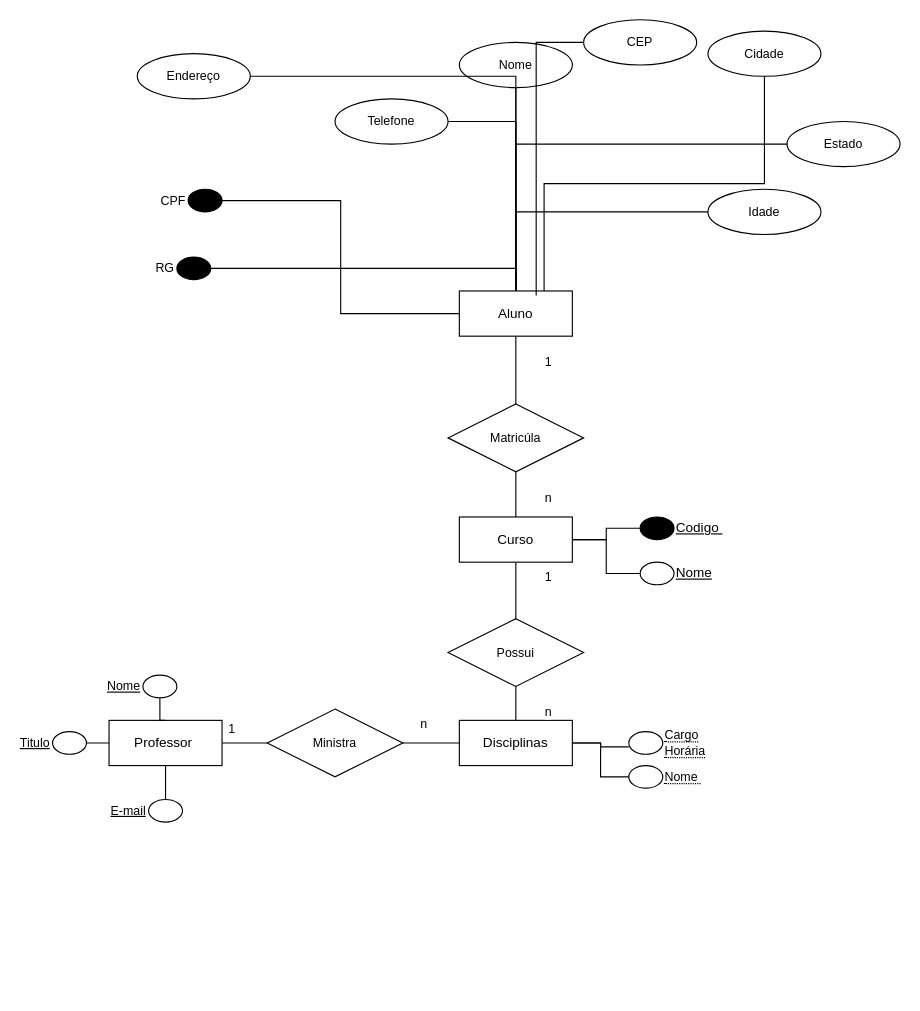
Earlier version of the draw.io diagram Diagrama sem nome.drawio (adiantaduh/bd1). Source tidied: cells renumbered, new cells numbered last; positions are measured from the earlier drawing's top-left corner, leaving out a move shared by most shapes. Both pictures are drawn from the tidied source at 113%, with x=0, y=0 at pixel (52, 19).
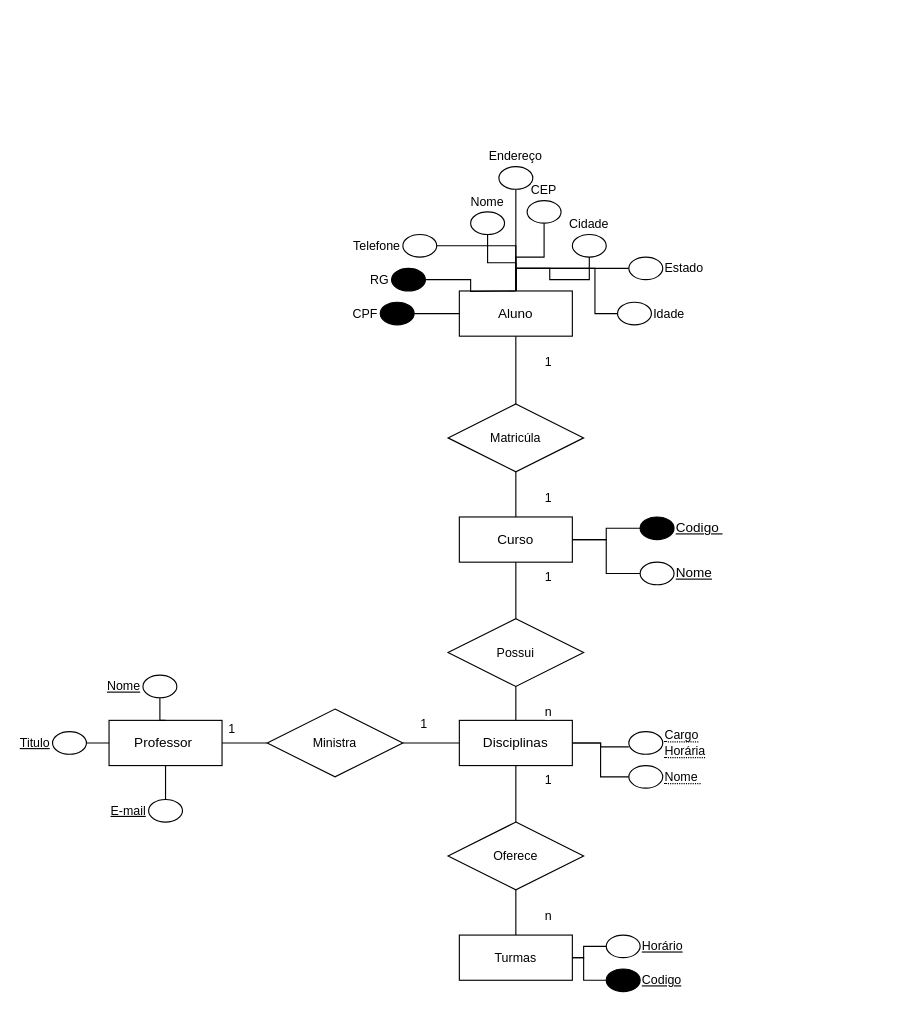
After the change.

The change refers to these unchanged cells:
```xml
<mxCell id="3" value="Aluno" style="whiteSpace=wrap;html=1;align=center;labelBackgroundColor=none;" parent="1" vertex="1">
  <mxGeometry x="360" y="240" width="100" height="40" as="geometry" />
</mxCell>
<mxCell id="9" value="Disciplinas" style="whiteSpace=wrap;html=1;align=center;" parent="1" vertex="1">
  <mxGeometry x="360" y="620" width="100" height="40" as="geometry" />
</mxCell>
```

The edit, as a diff of the source:
```diff
@@
+    <mxCell id="52" style="edgeStyle=orthogonalEdgeStyle;shape=connector;rounded=0;jettySize=auto;html=1;strokeColor=default;align=center;verticalAlign=middle;fontFamily=Helvetica;fontSize=11;fontColor=default;labelBackgroundColor=default;endArrow=none;endFill=0;" parent="1" edge="1" source="9" target="55">
+      <mxGeometry relative="1" as="geometry" />
+    </mxCell>
@@
-    <mxCell id="26" value="Nome" style="ellipse;whiteSpace=wrap;html=1;align=center;fontFamily=Helvetica;fontSize=11;fontColor=default;labelBackgroundColor=default;" parent="1" vertex="1">
-      <mxGeometry x="360" y="20" width="100" height="40" as="geometry" />
+    <mxCell id="26" value="Nome" style="ellipse;whiteSpace=wrap;html=1;align=center;fontFamily=Helvetica;fontSize=11;fontColor=default;labelBackgroundColor=default;labelPosition=center;verticalLabelPosition=top;verticalAlign=bottom;" parent="1" vertex="1">
+      <mxGeometry x="370" y="170" width="30" height="20" as="geometry" />
     </mxCell>
@@
-    <mxCell id="28" value="Idade" style="ellipse;whiteSpace=wrap;html=1;align=center;fontFamily=Helvetica;fontSize=11;fontColor=default;labelBackgroundColor=default;" parent="1" vertex="1">
-      <mxGeometry x="580" y="150" width="100" height="40" as="geometry" />
+    <mxCell id="28" value="Idade" style="ellipse;whiteSpace=wrap;html=1;align=left;fontFamily=Helvetica;fontSize=11;fontColor=default;labelBackgroundColor=default;labelPosition=right;verticalLabelPosition=middle;verticalAlign=middle;" parent="1" vertex="1">
+      <mxGeometry x="500" y="250" width="30" height="20" as="geometry" />
     </mxCell>
@@
     <mxCell id="30" value="CPF" style="ellipse;whiteSpace=wrap;html=1;align=right;fontFamily=Helvetica;fontSize=11;fontColor=default;labelBackgroundColor=default;labelPosition=left;verticalLabelPosition=middle;verticalAlign=middle;fillColor=#000000;" parent="1" vertex="1">
-      <mxGeometry x="120" y="150" width="30" height="20" as="geometry" />
+      <mxGeometry x="290" y="250" width="30" height="20" as="geometry" />
     </mxCell>
@@
-    <mxCell id="32" value="Estado" style="ellipse;whiteSpace=wrap;html=1;align=center;fontFamily=Helvetica;fontSize=11;fontColor=default;labelBackgroundColor=default;" parent="1" vertex="1">
-      <mxGeometry x="650" y="90" width="100" height="40" as="geometry" />
+    <mxCell id="32" value="Estado" style="ellipse;whiteSpace=wrap;html=1;align=left;fontFamily=Helvetica;fontSize=11;fontColor=default;labelBackgroundColor=default;labelPosition=right;verticalLabelPosition=middle;verticalAlign=middle;" parent="1" vertex="1">
+      <mxGeometry x="510" y="210" width="30" height="20" as="geometry" />
     </mxCell>
@@
     <mxCell id="34" value="RG" style="ellipse;whiteSpace=wrap;html=1;align=right;fontFamily=Helvetica;fontSize=11;fontColor=default;labelBackgroundColor=default;labelPosition=left;verticalLabelPosition=middle;verticalAlign=middle;labelBorderColor=none;textShadow=0;fillColor=#000000;" parent="1" vertex="1">
-      <mxGeometry x="110" y="210" width="30" height="20" as="geometry" />
+      <mxGeometry x="300" y="220" width="30" height="20" as="geometry" />
     </mxCell>
@@
-    <mxCell id="36" value="Telefone" style="ellipse;whiteSpace=wrap;html=1;align=center;fontFamily=Helvetica;fontSize=11;fontColor=default;labelBackgroundColor=default;" parent="1" vertex="1">
-      <mxGeometry x="250" y="70" width="100" height="40" as="geometry" />
+    <mxCell id="36" value="Telefone" style="ellipse;whiteSpace=wrap;html=1;align=right;fontFamily=Helvetica;fontSize=11;fontColor=default;labelBackgroundColor=default;labelPosition=left;verticalLabelPosition=middle;verticalAlign=middle;" parent="1" vertex="1">
+      <mxGeometry x="310" y="190" width="30" height="20" as="geometry" />
     </mxCell>
@@
-    <mxCell id="38" value="Endereço" style="ellipse;whiteSpace=wrap;html=1;align=center;fontFamily=Helvetica;fontSize=11;fontColor=default;labelBackgroundColor=default;" parent="1" vertex="1">
-      <mxGeometry x="75" y="30" width="100" height="40" as="geometry" />
+    <mxCell id="38" value="Endereço" style="ellipse;whiteSpace=wrap;html=1;align=center;fontFamily=Helvetica;fontSize=11;fontColor=default;labelBackgroundColor=default;labelPosition=center;verticalLabelPosition=top;verticalAlign=bottom;" parent="1" vertex="1">
+      <mxGeometry x="395" y="130" width="30" height="20" as="geometry" />
     </mxCell>
+    <mxCell id="42" style="edgeStyle=orthogonalEdgeStyle;shape=connector;rounded=0;jettySize=auto;html=1;entryX=0.5;entryY=0;entryDx=0;entryDy=0;strokeColor=default;align=center;verticalAlign=middle;fontFamily=Helvetica;fontSize=11;fontColor=default;labelBackgroundColor=default;endArrow=none;endFill=0;" parent="1" edge="1" source="39" target="3">
+      <mxGeometry relative="1" as="geometry" />
+    </mxCell>
-    <mxCell id="39" value="CEP" style="ellipse;whiteSpace=wrap;html=1;align=center;fontFamily=Helvetica;fontSize=11;fontColor=default;labelBackgroundColor=default;" parent="1" vertex="1">
-      <mxGeometry x="470" width="100" height="40" as="geometry" />
+    <mxCell id="39" value="CEP" style="ellipse;whiteSpace=wrap;html=1;align=center;fontFamily=Helvetica;fontSize=11;fontColor=default;labelBackgroundColor=default;labelPosition=center;verticalLabelPosition=top;verticalAlign=bottom;" parent="1" vertex="1">
+      <mxGeometry x="420" y="160" width="30" height="20" as="geometry" />
     </mxCell>
-    <mxCell id="40" style="edgeStyle=orthogonalEdgeStyle;shape=connector;rounded=0;jettySize=auto;html=1;exitX=0.5;exitY=1;exitDx=0;exitDy=0;entryX=0.75;entryY=0;entryDx=0;entryDy=0;strokeColor=default;align=center;verticalAlign=middle;fontFamily=Helvetica;fontSize=11;fontColor=default;labelBackgroundColor=default;endArrow=none;endFill=0;" parent="1" edge="1" source="41" target="3">
+    <mxCell id="40" style="edgeStyle=orthogonalEdgeStyle;shape=connector;rounded=0;jettySize=auto;html=1;entryX=0.5;entryY=0;entryDx=0;entryDy=0;strokeColor=default;align=center;verticalAlign=middle;fontFamily=Helvetica;fontSize=11;fontColor=default;labelBackgroundColor=default;endArrow=none;endFill=0;" parent="1" edge="1" source="41" target="3">
       <mxGeometry relative="1" as="geometry" />
     </mxCell>
-    <mxCell id="41" value="Cidade" style="ellipse;whiteSpace=wrap;html=1;align=center;fontFamily=Helvetica;fontSize=11;fontColor=default;labelBackgroundColor=default;" parent="1" vertex="1">
-      <mxGeometry x="580" y="10" width="100" height="40" as="geometry" />
+    <mxCell id="41" value="Cidade" style="ellipse;whiteSpace=wrap;html=1;align=center;fontFamily=Helvetica;fontSize=11;fontColor=default;labelBackgroundColor=default;labelPosition=center;verticalLabelPosition=top;verticalAlign=bottom;" parent="1" vertex="1">
+      <mxGeometry x="460" y="190" width="30" height="20" as="geometry" />
     </mxCell>
-    <mxCell id="42" style="edgeStyle=orthogonalEdgeStyle;shape=connector;rounded=0;jettySize=auto;html=1;entryX=0.68;entryY=0.1;entryDx=0;entryDy=0;entryPerimeter=0;strokeColor=default;align=center;verticalAlign=middle;fontFamily=Helvetica;fontSize=11;fontColor=default;labelBackgroundColor=default;endArrow=none;endFill=0;" parent="1" edge="1" source="39" target="3">
-      <mxGeometry relative="1" as="geometry" />
-    </mxCell>
@@
-    <mxCell id="47" value="n" style="text;strokeColor=none;fillColor=none;spacingLeft=4;spacingRight=4;overflow=hidden;fontSize=11;whiteSpace=wrap;html=1;fontFamily=Helvetica;fontColor=default;labelBackgroundColor=default;" parent="1" vertex="1">
+    <mxCell id="47" value="1" style="text;strokeColor=none;fillColor=none;spacingLeft=4;spacingRight=4;overflow=hidden;fontSize=11;whiteSpace=wrap;html=1;fontFamily=Helvetica;fontColor=default;labelBackgroundColor=default;" parent="1" vertex="1">
       <mxGeometry x="320" y="610" width="40" height="30" as="geometry" />
     </mxCell>
@@
-    <mxCell id="51" value="n" style="text;strokeColor=none;fillColor=none;spacingLeft=4;spacingRight=4;overflow=hidden;fontSize=11;whiteSpace=wrap;html=1;fontFamily=Helvetica;fontColor=default;labelBackgroundColor=default;" parent="1" vertex="1">
+    <mxCell id="51" value="1" style="text;strokeColor=none;fillColor=none;spacingLeft=4;spacingRight=4;overflow=hidden;fontSize=11;whiteSpace=wrap;html=1;fontFamily=Helvetica;fontColor=default;labelBackgroundColor=default;" parent="1" vertex="1">
       <mxGeometry x="430" y="410" width="40" height="30" as="geometry" />
     </mxCell>
+    <mxCell id="53" value="Turmas" style="whiteSpace=wrap;html=1;align=center;fontFamily=Helvetica;fontSize=11;fontColor=default;labelBackgroundColor=default;" parent="1" vertex="1">
+      <mxGeometry x="360" y="810" width="100" height="40" as="geometry" />
+    </mxCell>
+    <mxCell id="54" style="edgeStyle=orthogonalEdgeStyle;shape=connector;rounded=0;jettySize=auto;html=1;strokeColor=default;align=center;verticalAlign=middle;fontFamily=Helvetica;fontSize=11;fontColor=default;labelBackgroundColor=default;endArrow=none;endFill=0;" parent="1" edge="1" source="55" target="53">
+      <mxGeometry relative="1" as="geometry" />
+    </mxCell>
+    <mxCell id="55" value="Oferece" style="shape=rhombus;perimeter=rhombusPerimeter;whiteSpace=wrap;html=1;align=center;fontFamily=Helvetica;fontSize=11;fontColor=default;labelBackgroundColor=default;" parent="1" vertex="1">
+      <mxGeometry x="350" y="710" width="120" height="60" as="geometry" />
+    </mxCell>
+    <mxCell id="56" value="1" style="text;strokeColor=none;fillColor=none;spacingLeft=4;spacingRight=4;overflow=hidden;fontSize=11;whiteSpace=wrap;html=1;fontFamily=Helvetica;fontColor=default;labelBackgroundColor=default;" parent="1" vertex="1">
+      <mxGeometry x="430" y="660" width="40" height="30" as="geometry" />
+    </mxCell>
+    <mxCell id="57" value="n" style="text;strokeColor=none;fillColor=none;spacingLeft=4;spacingRight=4;overflow=hidden;fontSize=11;whiteSpace=wrap;html=1;fontFamily=Helvetica;fontColor=default;labelBackgroundColor=default;" parent="1" vertex="1">
+      <mxGeometry x="430" y="780" width="40" height="30" as="geometry" />
+    </mxCell>
+    <mxCell id="58" style="edgeStyle=orthogonalEdgeStyle;shape=connector;rounded=0;jettySize=auto;html=1;strokeColor=default;align=center;verticalAlign=middle;fontFamily=Helvetica;fontSize=11;fontColor=default;labelBackgroundColor=default;endArrow=none;endFill=0;" parent="1" edge="1" source="59" target="53">
+      <mxGeometry relative="1" as="geometry" />
+    </mxCell>
+    <mxCell id="59" value="Codigo" style="ellipse;whiteSpace=wrap;html=1;align=left;fontStyle=4;fontFamily=Helvetica;fontSize=11;fontColor=default;labelBackgroundColor=default;labelPosition=right;verticalLabelPosition=middle;verticalAlign=middle;fillColor=#000000;" parent="1" vertex="1">
+      <mxGeometry x="490" y="840" width="30" height="20" as="geometry" />
+    </mxCell>
+    <mxCell id="60" style="edgeStyle=orthogonalEdgeStyle;shape=connector;rounded=0;jettySize=auto;html=1;strokeColor=default;align=center;verticalAlign=middle;fontFamily=Helvetica;fontSize=11;fontColor=default;labelBackgroundColor=default;endArrow=none;endFill=0;" parent="1" edge="1" source="61" target="53">
+      <mxGeometry relative="1" as="geometry" />
+    </mxCell>
+    <mxCell id="61" value="Horário" style="ellipse;whiteSpace=wrap;html=1;align=left;fontStyle=4;fontFamily=Helvetica;fontSize=11;fontColor=default;labelBackgroundColor=default;labelPosition=right;verticalLabelPosition=middle;verticalAlign=middle;" parent="1" vertex="1">
+      <mxGeometry x="490" y="810" width="30" height="20" as="geometry" />
+    </mxCell>
```
